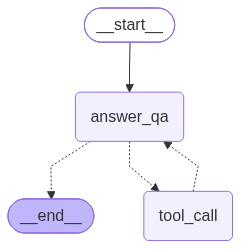
hoanhoang-agilityio/Assistant-Learning keeps this Mermaid diagram as docs/diagrams/qa.png. Above is the earlier version. Its source is kept beside it as docs/diagrams/qa.mmd.
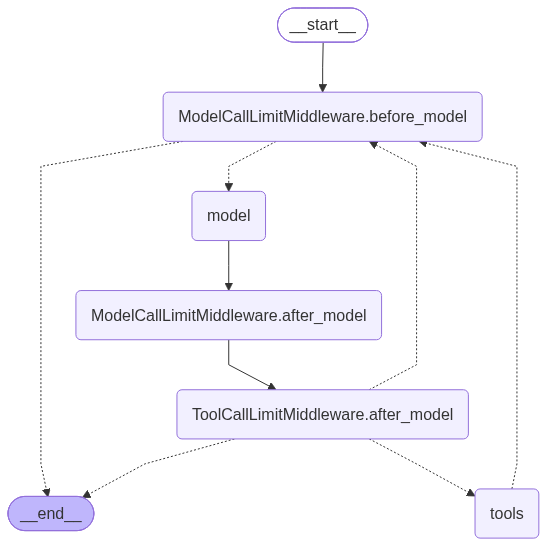
After the change.

Diff of the diagram source:
```diff
@@ -5,13 +5,21 @@
 ---
 graph TD;
 	__start__([<p>__start__</p>]):::first
-	answer_qa(answer_qa)
-	tool_call(tool_call)
+	model(model)
+	tools(tools)
+	ToolCallLimitMiddleware\2eafter_model(ToolCallLimitMiddleware.after_model)
+	ModelCallLimitMiddleware\2ebefore_model(ModelCallLimitMiddleware.before_model)
+	ModelCallLimitMiddleware\2eafter_model(ModelCallLimitMiddleware.after_model)
 	__end__([<p>__end__</p>]):::last
-	__start__ --> answer_qa;
-	answer_qa -.-> __end__;
-	answer_qa -.-> tool_call;
-	tool_call -.-> answer_qa;
+	ModelCallLimitMiddleware\2eafter_model --> ToolCallLimitMiddleware\2eafter_model;
+	ModelCallLimitMiddleware\2ebefore_model -.-> __end__;
+	ModelCallLimitMiddleware\2ebefore_model -.-> model;
+	ToolCallLimitMiddleware\2eafter_model -.-> ModelCallLimitMiddleware\2ebefore_model;
+	ToolCallLimitMiddleware\2eafter_model -.-> __end__;
+	ToolCallLimitMiddleware\2eafter_model -.-> tools;
+	__start__ --> ModelCallLimitMiddleware\2ebefore_model;
+	model --> ModelCallLimitMiddleware\2eafter_model;
+	tools -.-> ModelCallLimitMiddleware\2ebefore_model;
 	classDef default fill:#f2f0ff,line-height:1.2
 	classDef first fill-opacity:0
 	classDef last fill:#bfb6fc
```
